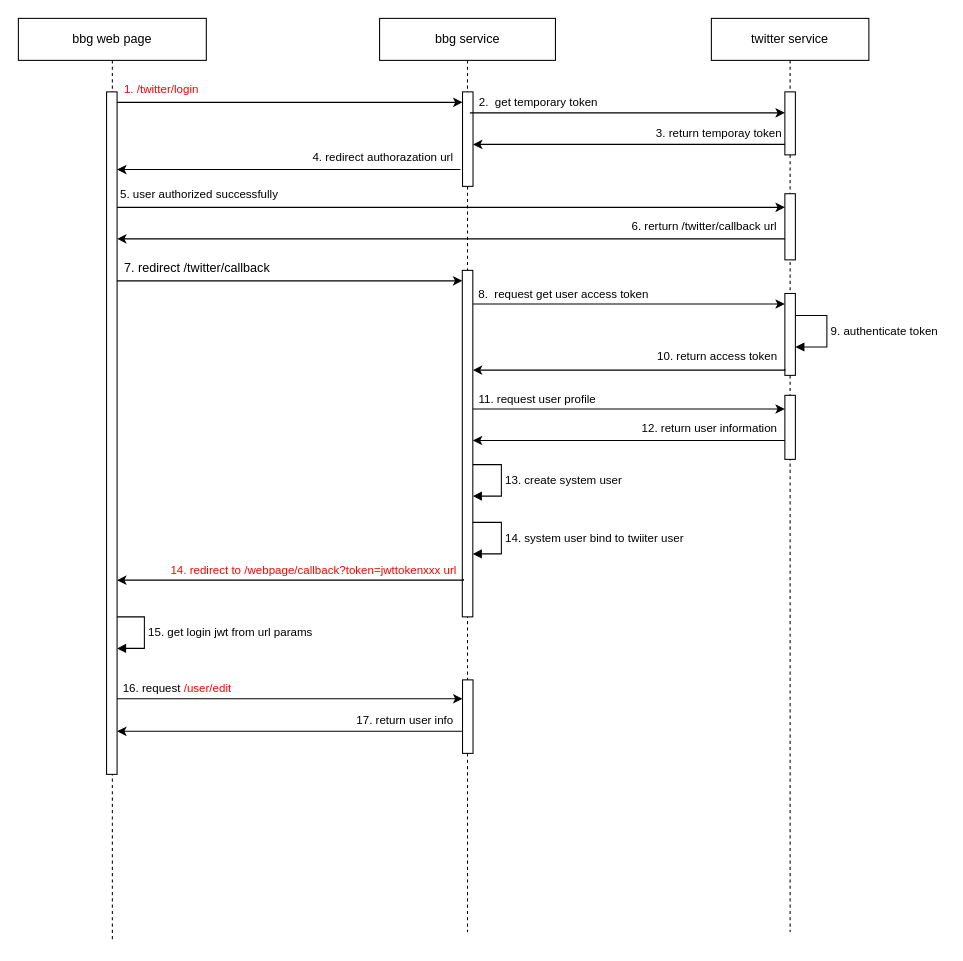
Before: uml/bbg- twitter-signup.drawio in wokoemp/chart-repo, a draw.io diagram. Source tidied: cells renumbered, new cells numbered last; positions are measured from the earlier drawing's top-left corner, leaving out a move shared by most shapes. Both pictures are drawn from the tidied source at 105%, with x=0, y=0 at pixel (18, 18).
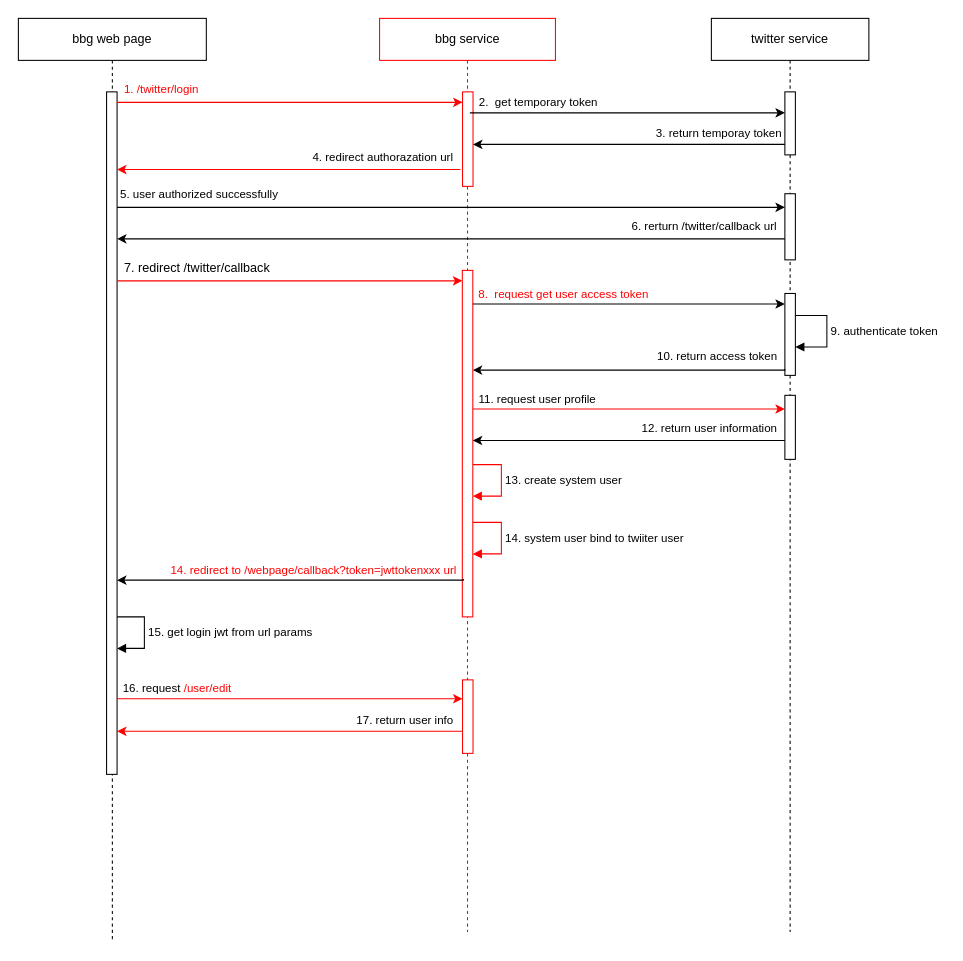
Above is the later version.

The change refers to these unchanged cells:
```xml
<mxCell id="3" style="html=1;points=[[0,0,0,0,5],[0,1,0,0,-5],[1,0,0,0,5],[1,1,0,0,-5]];perimeter=orthogonalPerimeter;outlineConnect=0;targetShapes=umlLifeline;portConstraint=eastwest;newEdgeStyle={&quot;curved&quot;:0,&quot;rounded&quot;:0};" parent="2" vertex="1">
  <mxGeometry x="84" y="70" width="10" height="650" as="geometry" />
</mxCell>
<mxCell id="29" style="edgeStyle=orthogonalEdgeStyle;rounded=0;orthogonalLoop=1;jettySize=auto;html=1;curved=0;" parent="1" edge="1">
  <mxGeometry relative="1" as="geometry">
    <mxPoint x="432.8" y="272" as="sourcePoint" />
    <mxPoint x="730" y="272" as="targetPoint" />
    <Array as="points">
      <mxPoint x="540" y="272" />
      <mxPoint x="540" y="272" />
    </Array>
  </mxGeometry>
</mxCell>
```

Change to the diagram source:
```diff
@@
-    <mxCell id="5" value="bbg service" style="shape=umlLifeline;perimeter=lifelinePerimeter;whiteSpace=wrap;html=1;newEdgeStyle={&quot;curved&quot;:0,&quot;rounded&quot;:0};" parent="1" vertex="1">
+    <mxCell id="5" value="bbg service" style="shape=umlLifeline;perimeter=lifelinePerimeter;whiteSpace=wrap;html=1;newEdgeStyle={&quot;curved&quot;:0,&quot;rounded&quot;:0};strokeColor=#FF0000;" parent="1" vertex="1">
       <mxGeometry x="344" width="167.5" height="870" as="geometry" />
     </mxCell>
-    <mxCell id="6" style="html=1;points=[[0,0,0,0,5],[0,1,0,0,-5],[1,0,0,0,5],[1,1,0,0,-5]];perimeter=orthogonalPerimeter;outlineConnect=0;targetShapes=umlLifeline;portConstraint=eastwest;newEdgeStyle={&quot;curved&quot;:0,&quot;rounded&quot;:0};" parent="5" vertex="1">
+    <mxCell id="6" style="html=1;points=[[0,0,0,0,5],[0,1,0,0,-5],[1,0,0,0,5],[1,1,0,0,-5]];perimeter=orthogonalPerimeter;outlineConnect=0;targetShapes=umlLifeline;portConstraint=eastwest;newEdgeStyle={&quot;curved&quot;:0,&quot;rounded&quot;:0};strokeColor=#FF0000;" parent="5" vertex="1">
       <mxGeometry x="79" y="70" width="10" height="90" as="geometry" />
     </mxCell>
-    <mxCell id="7" style="html=1;points=[[0,0,0,0,5],[0,1,0,0,-5],[1,0,0,0,5],[1,1,0,0,-5]];perimeter=orthogonalPerimeter;outlineConnect=0;targetShapes=umlLifeline;portConstraint=eastwest;newEdgeStyle={&quot;curved&quot;:0,&quot;rounded&quot;:0};" parent="5" vertex="1">
+    <mxCell id="7" style="html=1;points=[[0,0,0,0,5],[0,1,0,0,-5],[1,0,0,0,5],[1,1,0,0,-5]];perimeter=orthogonalPerimeter;outlineConnect=0;targetShapes=umlLifeline;portConstraint=eastwest;newEdgeStyle={&quot;curved&quot;:0,&quot;rounded&quot;:0};strokeColor=#FF0000;" parent="5" vertex="1">
       <mxGeometry x="78.8" y="240" width="10" height="330" as="geometry" />
     </mxCell>
-    <mxCell id="8" value="13. create system user" style="html=1;align=left;spacingLeft=2;endArrow=block;rounded=0;edgeStyle=orthogonalEdgeStyle;curved=0;rounded=0;" parent="5" edge="1" source="7" target="7">
+    <mxCell id="8" value="13. create system user" style="html=1;align=left;spacingLeft=2;endArrow=block;rounded=0;edgeStyle=orthogonalEdgeStyle;curved=0;rounded=0;strokeColor=#FF0000;" parent="5" edge="1" source="7" target="7">
       <mxGeometry relative="1" as="geometry">
         <Array as="points">
           <mxPoint x="116" y="425" />
           <mxPoint x="116" y="455" />
         </Array>
       </mxGeometry>
     </mxCell>
-    <mxCell id="9" value="14. system user bind to twiiter user&amp;nbsp;" style="html=1;align=left;spacingLeft=2;endArrow=block;rounded=0;edgeStyle=orthogonalEdgeStyle;curved=0;rounded=0;" parent="5" edge="1" source="7" target="7">
+    <mxCell id="9" value="14. system user bind to twiiter user&amp;nbsp;" style="html=1;align=left;spacingLeft=2;endArrow=block;rounded=0;edgeStyle=orthogonalEdgeStyle;curved=0;rounded=0;strokeColor=#FF0000;" parent="5" edge="1" source="7" target="7">
       <mxGeometry relative="1" as="geometry">
         <Array as="points">
           <mxPoint x="116" y="480" />
           <mxPoint x="116" y="510" />
         </Array>
       </mxGeometry>
     </mxCell>
-    <mxCell id="10" style="html=1;perimeter=orthogonalPerimeter;targetShapes=umlLifeline;newEdgeStyle={&quot;curved&quot;:0,&quot;rounded&quot;:0};" parent="5" vertex="1">
+    <mxCell id="10" style="html=1;perimeter=orthogonalPerimeter;targetShapes=umlLifeline;newEdgeStyle={&quot;curved&quot;:0,&quot;rounded&quot;:0};strokeColor=#FF0000;" parent="5" vertex="1">
       <mxGeometry x="79" y="630" width="10" height="70" as="geometry" />
     </mxCell>
@@
-    <mxCell id="17" style="edgeStyle=orthogonalEdgeStyle;rounded=0;jettySize=auto;html=1;curved=0;" parent="1" edge="1" source="3" target="6">
+    <mxCell id="17" style="edgeStyle=orthogonalEdgeStyle;rounded=0;jettySize=auto;html=1;curved=0;strokeColor=#FF0000;" parent="1" edge="1" source="3" target="6">
       <mxGeometry relative="1" as="geometry">
         <Array as="points">
           <mxPoint x="140" y="80" />
           <mxPoint x="140" y="80" />
         </Array>
       </mxGeometry>
     </mxCell>
@@
-    <mxCell id="21" style="edgeStyle=orthogonalEdgeStyle;rounded=0;orthogonalLoop=1;jettySize=auto;html=1;curved=0;" parent="1" edge="1">
+    <mxCell id="21" style="edgeStyle=orthogonalEdgeStyle;rounded=0;orthogonalLoop=1;jettySize=auto;html=1;curved=0;strokeColor=#FF0000;" parent="1" edge="1">
       <mxGeometry relative="1" as="geometry">
         <mxPoint x="421" y="144" as="sourcePoint" />
         <mxPoint x="94" y="144" as="targetPoint" />
         <Array as="points">
           <mxPoint x="260" y="144" />
           <mxPoint x="260" y="144" />
         </Array>
       </mxGeometry>
     </mxCell>
@@
-    <mxCell id="27" style="edgeStyle=orthogonalEdgeStyle;rounded=0;jettySize=auto;html=1;curved=0;" parent="1" edge="1" source="3" target="7">
+    <mxCell id="27" style="edgeStyle=orthogonalEdgeStyle;rounded=0;jettySize=auto;html=1;curved=0;strokeColor=#FF0000;" parent="1" edge="1" source="3" target="7">
       <mxGeometry relative="1" as="geometry">
         <Array as="points">
           <mxPoint x="350" y="250" />
           <mxPoint x="350" y="250" />
         </Array>
       </mxGeometry>
     </mxCell>
@@
-    <mxCell id="30" value="8.&amp;nbsp; request get user access token" style="edgeLabel;html=1;align=center;verticalAlign=middle;" parent="29" vertex="1">
+    <mxCell id="30" value="8.&amp;nbsp; request get user access token" style="edgeLabel;html=1;align=center;verticalAlign=middle;fontColor=#FF0000;" parent="29" vertex="1">
       <mxGeometry x="-0.81" y="2" relative="1" as="geometry">
         <mxPoint x="58" y="-8" as="offset" />
       </mxGeometry>
     </mxCell>
@@
-    <mxCell id="33" style="edgeStyle=orthogonalEdgeStyle;rounded=0;orthogonalLoop=1;jettySize=auto;html=1;curved=0;" parent="1" edge="1">
+    <mxCell id="33" style="edgeStyle=orthogonalEdgeStyle;rounded=0;orthogonalLoop=1;jettySize=auto;html=1;curved=0;strokeColor=#FF0000;" parent="1" edge="1">
       <mxGeometry relative="1" as="geometry">
         <mxPoint x="432.8" y="372" as="sourcePoint" />
         <mxPoint x="730" y="372" as="targetPoint" />
         <Array as="points">
           <mxPoint x="610" y="372" />
           <mxPoint x="610" y="372" />
         </Array>
       </mxGeometry>
     </mxCell>
@@
-    <mxCell id="41" style="edgeStyle=orthogonalEdgeStyle;rounded=0;orthogonalLoop=1;jettySize=auto;html=1;curved=0;" parent="1" edge="1">
+    <mxCell id="41" style="edgeStyle=orthogonalEdgeStyle;rounded=0;orthogonalLoop=1;jettySize=auto;html=1;curved=0;strokeColor=#FF0000;" parent="1" edge="1">
       <mxGeometry relative="1" as="geometry">
         <mxPoint x="94" y="648" as="sourcePoint" />
         <mxPoint x="423" y="648" as="targetPoint" />
         <Array as="points">
           <mxPoint x="190" y="648" />
           <mxPoint x="190" y="648" />
         </Array>
       </mxGeometry>
     </mxCell>
@@
-    <mxCell id="43" style="edgeStyle=orthogonalEdgeStyle;rounded=0;orthogonalLoop=1;jettySize=auto;html=1;curved=0;" parent="1" edge="1">
+    <mxCell id="43" style="edgeStyle=orthogonalEdgeStyle;rounded=0;orthogonalLoop=1;jettySize=auto;html=1;curved=0;strokeColor=#FF0000;" parent="1" edge="1">
       <mxGeometry relative="1" as="geometry">
         <mxPoint x="423" y="679" as="sourcePoint" />
         <mxPoint x="94" y="679" as="targetPoint" />
         <Array as="points">
           <mxPoint x="340" y="679" />
           <mxPoint x="340" y="679" />
         </Array>
       </mxGeometry>
     </mxCell>
```
